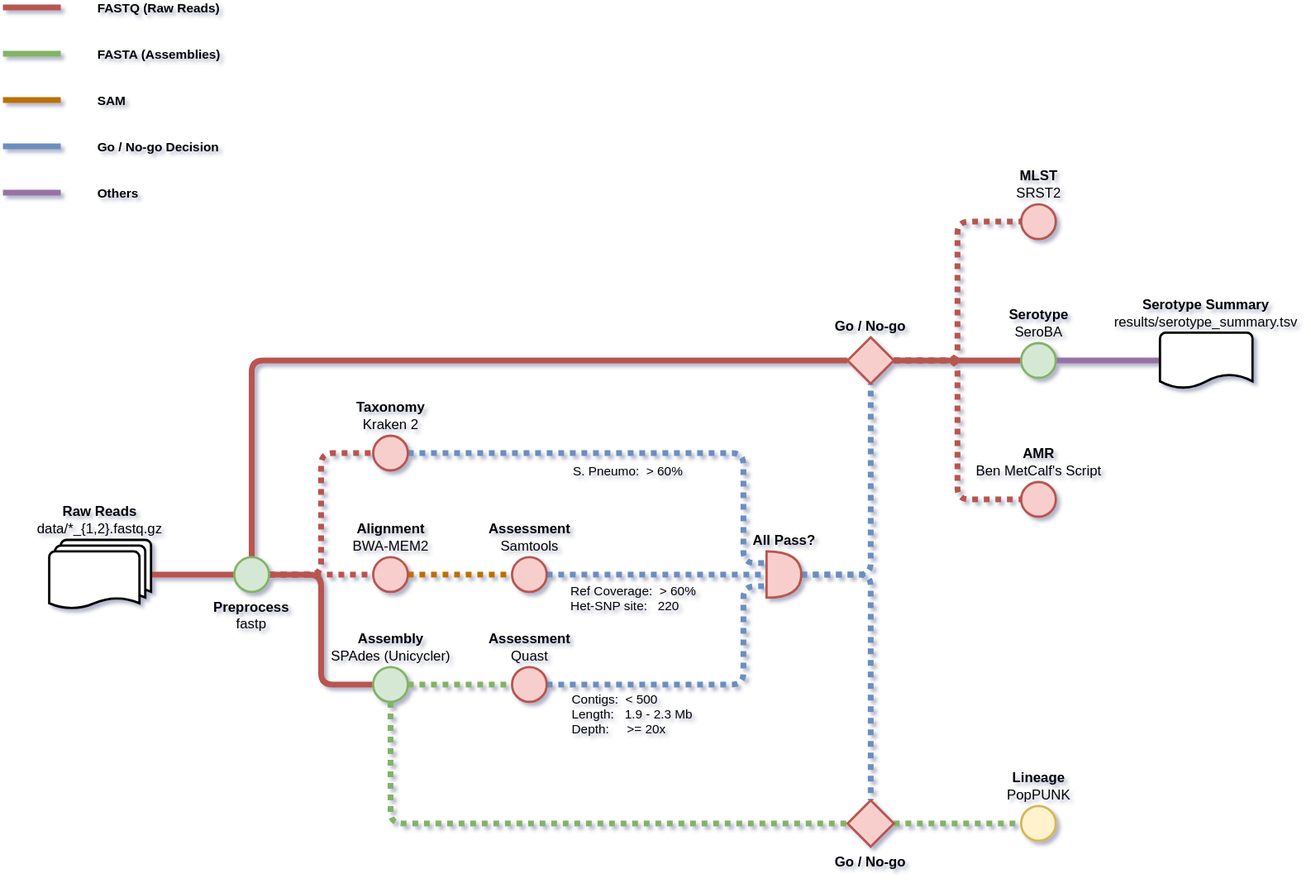
Before: doc/workflow.drawio.svg, a diagram exported from draw.io (sanger-bentley-group/gps-pipeline). Source tidied: cells renumbered, new cells last; positions are measured from the earlier drawing's top-left corner, leaving out a move shared by most shapes.
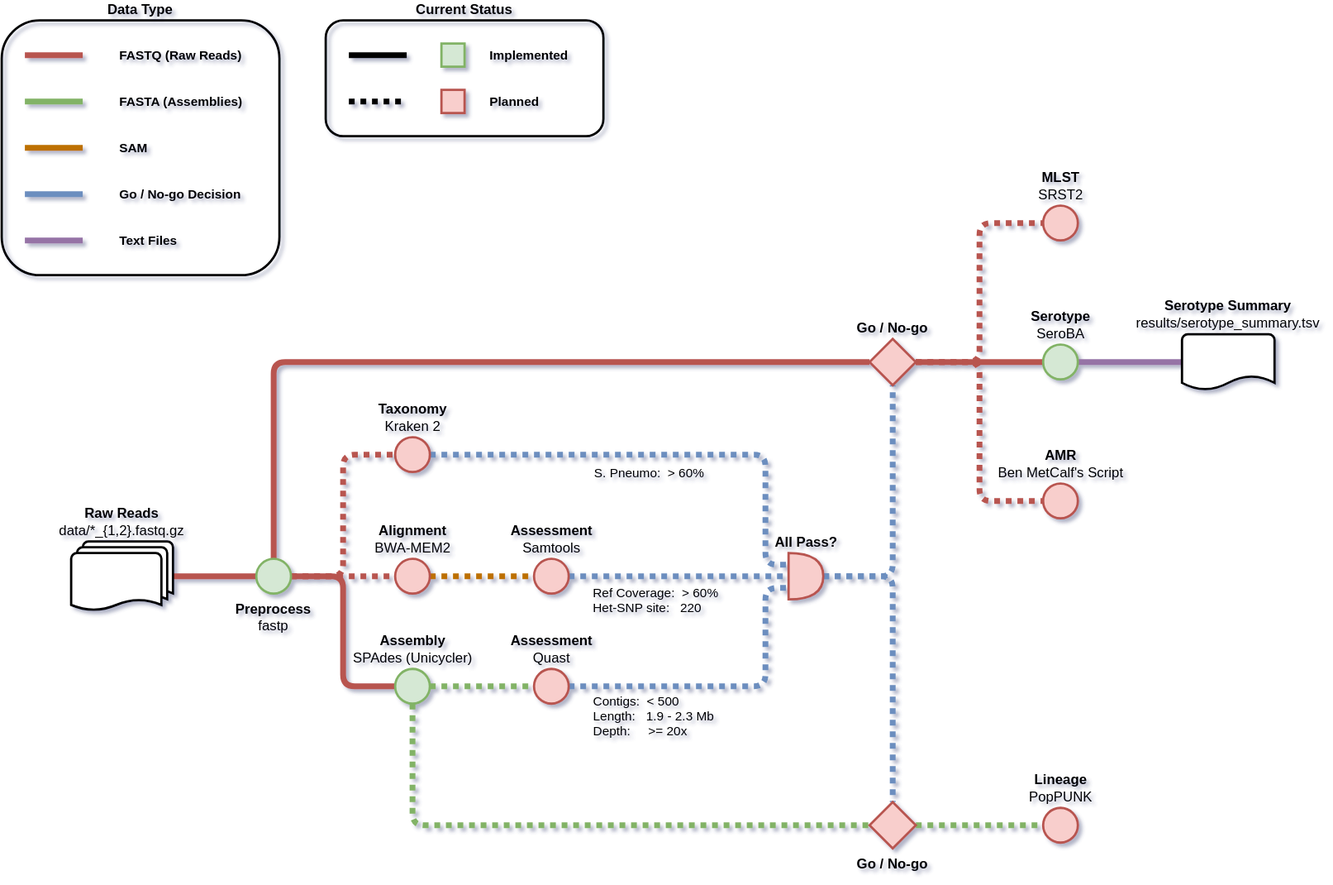
After the commit.

Commit message:
Improve chart legend

What changed in the source:
```diff
@@ -2,6 +2,12 @@
   <root>
     <mxCell id="0" />
     <mxCell id="1" parent="0" />
+    <mxCell id="48" value="&lt;b&gt;Current Status&lt;/b&gt;" style="rounded=1;whiteSpace=wrap;html=1;strokeWidth=2;fillColor=none;labelPosition=center;verticalLabelPosition=top;align=center;verticalAlign=bottom;" parent="1" vertex="1">
+      <mxGeometry x="260" y="10" width="240" height="100" as="geometry" />
+    </mxCell>
+    <mxCell id="49" value="Data Type" style="rounded=1;whiteSpace=wrap;html=1;strokeWidth=2;fillColor=none;fontStyle=1;labelPosition=center;verticalLabelPosition=top;align=center;verticalAlign=bottom;spacing=2;" parent="1" vertex="1">
+      <mxGeometry x="-20" y="10" width="240" height="220" as="geometry" />
+    </mxCell>
     <mxCell id="2" style="edgeStyle=orthogonalEdgeStyle;rounded=1;jettySize=auto;html=1;entryX=0;entryY=0.5;entryDx=0;entryDy=0;endArrow=none;endFill=0;strokeWidth=5;fillColor=#f8cecc;strokeColor=#b85450;" parent="1" edge="1" source="3" target="34">
       <mxGeometry relative="1" as="geometry" />
     </mxCell>
@@ -19,8 +25,8 @@
     </mxCell>
     <mxCell id="7" style="endArrow=none;html=1;rounded=1;strokeWidth=5;fillColor=#f8cecc;strokeColor=#b85450;" parent="1" edge="1">
       <mxGeometry relative="1" as="geometry">
-        <mxPoint as="sourcePoint" />
-        <mxPoint x="50" as="targetPoint" />
+        <mxPoint y="40" as="sourcePoint" />
+        <mxPoint x="50" y="40" as="targetPoint" />
       </mxGeometry>
     </mxCell>
     <mxCell id="8" value="FASTQ (Raw Reads)" style="edgeLabel;html=1;align=left;verticalAlign=middle;fontStyle=1;labelBackgroundColor=none;rounded=1;" parent="7" vertex="1">
@@ -90,8 +96,8 @@
     </mxCell>
     <mxCell id="23" style="endArrow=none;html=1;rounded=1;strokeWidth=5;fillColor=#d5e8d4;strokeColor=#82b366;" parent="1" edge="1">
       <mxGeometry relative="1" as="geometry">
-        <mxPoint y="40" as="sourcePoint" />
-        <mxPoint x="50" y="40" as="targetPoint" />
+        <mxPoint y="80" as="sourcePoint" />
+        <mxPoint x="50" y="80" as="targetPoint" />
       </mxGeometry>
     </mxCell>
     <mxCell id="24" value="FASTA (Assemblies)" style="edgeLabel;html=1;align=left;verticalAlign=middle;fontStyle=1;labelBackgroundColor=none;rounded=1;" parent="23" vertex="1">
@@ -101,8 +107,8 @@
     </mxCell>
     <mxCell id="25" style="endArrow=none;html=1;rounded=1;strokeWidth=5;fillColor=#f0a30a;strokeColor=#BD7000;" parent="1" edge="1">
       <mxGeometry relative="1" as="geometry">
-        <mxPoint y="80" as="sourcePoint" />
-        <mxPoint x="50" y="80" as="targetPoint" />
+        <mxPoint y="120" as="sourcePoint" />
+        <mxPoint x="50" y="120" as="targetPoint" />
       </mxGeometry>
     </mxCell>
     <mxCell id="26" value="SAM" style="edgeLabel;html=1;align=left;verticalAlign=middle;fontStyle=1;labelBackgroundColor=none;rounded=1;" parent="25" vertex="1">
@@ -123,8 +129,8 @@
     </mxCell>
     <mxCell id="30" style="endArrow=none;html=1;rounded=1;strokeWidth=5;fillColor=#dae8fc;strokeColor=#6c8ebf;" parent="1" edge="1">
       <mxGeometry relative="1" as="geometry">
-        <mxPoint y="120" as="sourcePoint" />
-        <mxPoint x="50" y="120" as="targetPoint" />
+        <mxPoint y="160" as="sourcePoint" />
+        <mxPoint x="50" y="160" as="targetPoint" />
       </mxGeometry>
     </mxCell>
     <mxCell id="31" value="Go / No-go Decision" style="edgeLabel;html=1;align=left;verticalAlign=middle;fontStyle=1;labelBackgroundColor=none;rounded=1;" parent="30" vertex="1">
@@ -132,7 +138,7 @@
         <mxPoint x="45" as="offset" />
       </mxGeometry>
     </mxCell>
-    <mxCell id="32" value="&lt;b&gt;Lineage&lt;/b&gt;&lt;br&gt;PopPUNK" style="ellipse;html=1;strokeWidth=2;labelPosition=center;verticalLabelPosition=top;align=center;verticalAlign=bottom;fillColor=#fff2cc;strokeColor=#d6b656;rounded=1;" parent="1" vertex="1">
+    <mxCell id="32" value="&lt;b&gt;Lineage&lt;/b&gt;&lt;br&gt;PopPUNK" style="ellipse;html=1;strokeWidth=2;labelPosition=center;verticalLabelPosition=top;align=center;verticalAlign=bottom;fillColor=#f8cecc;strokeColor=#b85450;rounded=1;" parent="1" vertex="1">
       <mxGeometry x="880" y="690" width="30" height="30" as="geometry" />
     </mxCell>
     <mxCell id="33" style="edgeStyle=orthogonalEdgeStyle;rounded=1;jettySize=auto;html=1;entryX=0;entryY=0.5;entryDx=0;entryDy=0;strokeWidth=5;endArrow=none;endFill=0;fillColor=#f8cecc;strokeColor=#b85450;entryPerimeter=0;" parent="1" edge="1" source="34" target="38">
@@ -177,11 +183,11 @@
     </mxCell>
     <mxCell id="45" style="endArrow=none;html=1;rounded=1;strokeWidth=5;fillColor=#e1d5e7;strokeColor=#9673a6;" parent="1" edge="1">
       <mxGeometry relative="1" as="geometry">
-        <mxPoint y="160" as="sourcePoint" />
-        <mxPoint x="50" y="160" as="targetPoint" />
+        <mxPoint y="200" as="sourcePoint" />
+        <mxPoint x="50" y="200" as="targetPoint" />
       </mxGeometry>
     </mxCell>
-    <mxCell id="46" value="Others" style="edgeLabel;html=1;align=left;verticalAlign=middle;fontStyle=1;labelBackgroundColor=none;rounded=1;" parent="45" vertex="1">
+    <mxCell id="46" value="Text Files" style="edgeLabel;html=1;align=left;verticalAlign=middle;fontStyle=1;labelBackgroundColor=none;rounded=1;" parent="45" vertex="1">
       <mxGeometry x="0.4" relative="1" as="geometry">
         <mxPoint x="45" as="offset" />
       </mxGeometry>
@@ -189,5 +195,33 @@
     <mxCell id="47" value="&lt;b&gt;Serotype Summary&lt;/b&gt;&lt;br&gt;results/serotype_summary.tsv" style="strokeWidth=2;html=1;shape=mxgraph.flowchart.document2;whiteSpace=wrap;size=0.25;labelPosition=center;verticalLabelPosition=top;align=center;verticalAlign=bottom;rounded=1;" parent="1" vertex="1">
       <mxGeometry x="1000" y="281" width="80" height="48" as="geometry" />
     </mxCell>
+    <mxCell id="50" style="endArrow=none;html=1;rounded=1;strokeWidth=5;fillColor=#f8cecc;strokeColor=#000000;" parent="1" edge="1">
+      <mxGeometry relative="1" as="geometry">
+        <mxPoint x="280" y="40" as="sourcePoint" />
+        <mxPoint x="330" y="40" as="targetPoint" />
+      </mxGeometry>
+    </mxCell>
+    <mxCell id="51" value="Implemented" style="edgeLabel;html=1;align=left;verticalAlign=middle;fontStyle=1;labelBackgroundColor=none;rounded=1;" parent="50" vertex="1">
+      <mxGeometry x="0.4" relative="1" as="geometry">
+        <mxPoint x="85" as="offset" />
+      </mxGeometry>
+    </mxCell>
+    <mxCell id="52" style="endArrow=none;html=1;rounded=1;strokeWidth=5;fillColor=#f8cecc;strokeColor=#000000;dashed=1;dashPattern=1 1;" parent="1" edge="1">
+      <mxGeometry relative="1" as="geometry">
+        <mxPoint x="280" y="80" as="sourcePoint" />
+        <mxPoint x="330" y="80" as="targetPoint" />
+      </mxGeometry>
+    </mxCell>
+    <mxCell id="53" value="Planned" style="edgeLabel;html=1;align=left;verticalAlign=middle;fontStyle=1;labelBackgroundColor=none;rounded=1;" parent="52" vertex="1">
+      <mxGeometry x="0.4" relative="1" as="geometry">
+        <mxPoint x="85" as="offset" />
+      </mxGeometry>
+    </mxCell>
+    <mxCell id="54" style="whiteSpace=wrap;html=1;fillColor=#d5e8d4;strokeColor=#82b366;strokeWidth=2;" parent="1" vertex="1">
+      <mxGeometry x="360" y="30" width="20" height="20" as="geometry" />
+    </mxCell>
+    <mxCell id="55" style="whiteSpace=wrap;html=1;fillColor=#f8cecc;strokeColor=#b85450;strokeWidth=2;" parent="1" vertex="1">
+      <mxGeometry x="360" y="70" width="20" height="20" as="geometry" />
+    </mxCell>
   </root>
 </mxGraphModel>
```
